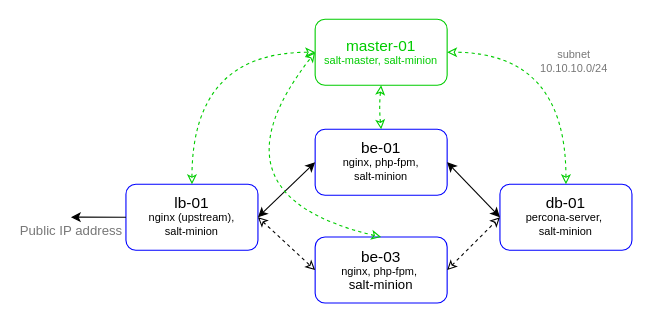
This is pics/infra.drawio from SergSha/lab-11, a draw.io file, before an edit. Source tidied: cells renumbered, new cells numbered last; positions are measured from the earlier drawing's top-left corner, leaving out a move shared by most shapes. Both pictures are drawn from the tidied source at 110%, with x=0, y=0 at pixel (70, 19).
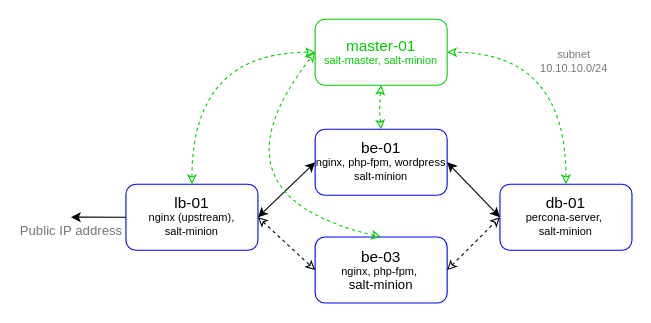
The same diagram, later.

What changed in the source:
```diff
@@
-    <mxCell id="2" value="&lt;p style=&quot;line-height: 100%&quot;&gt;&lt;span style=&quot;font-size: 14px&quot;&gt;be-01&lt;/span&gt;&lt;br&gt;&lt;span style=&quot;font-size: 10px&quot;&gt;nginx, php-fpm, &lt;br&gt;salt-minion&lt;/span&gt;&lt;br&gt;&lt;/p&gt;" style="rounded=1;whiteSpace=wrap;html=1;strokeColor=#0000FF;" parent="1" vertex="1">
+    <mxCell id="2" value="&lt;p style=&quot;line-height: 100%&quot;&gt;&lt;span style=&quot;font-size: 14px&quot;&gt;be-01&lt;/span&gt;&lt;br&gt;&lt;span style=&quot;font-size: 10px&quot;&gt;nginx, php-fpm, wordpress&lt;br&gt;salt-minion&lt;/span&gt;&lt;br&gt;&lt;/p&gt;" style="rounded=1;whiteSpace=wrap;html=1;strokeColor=#0000FF;" parent="1" vertex="1">
       <mxGeometry x="222" y="100" width="120" height="60" as="geometry" />
     </mxCell>
```
